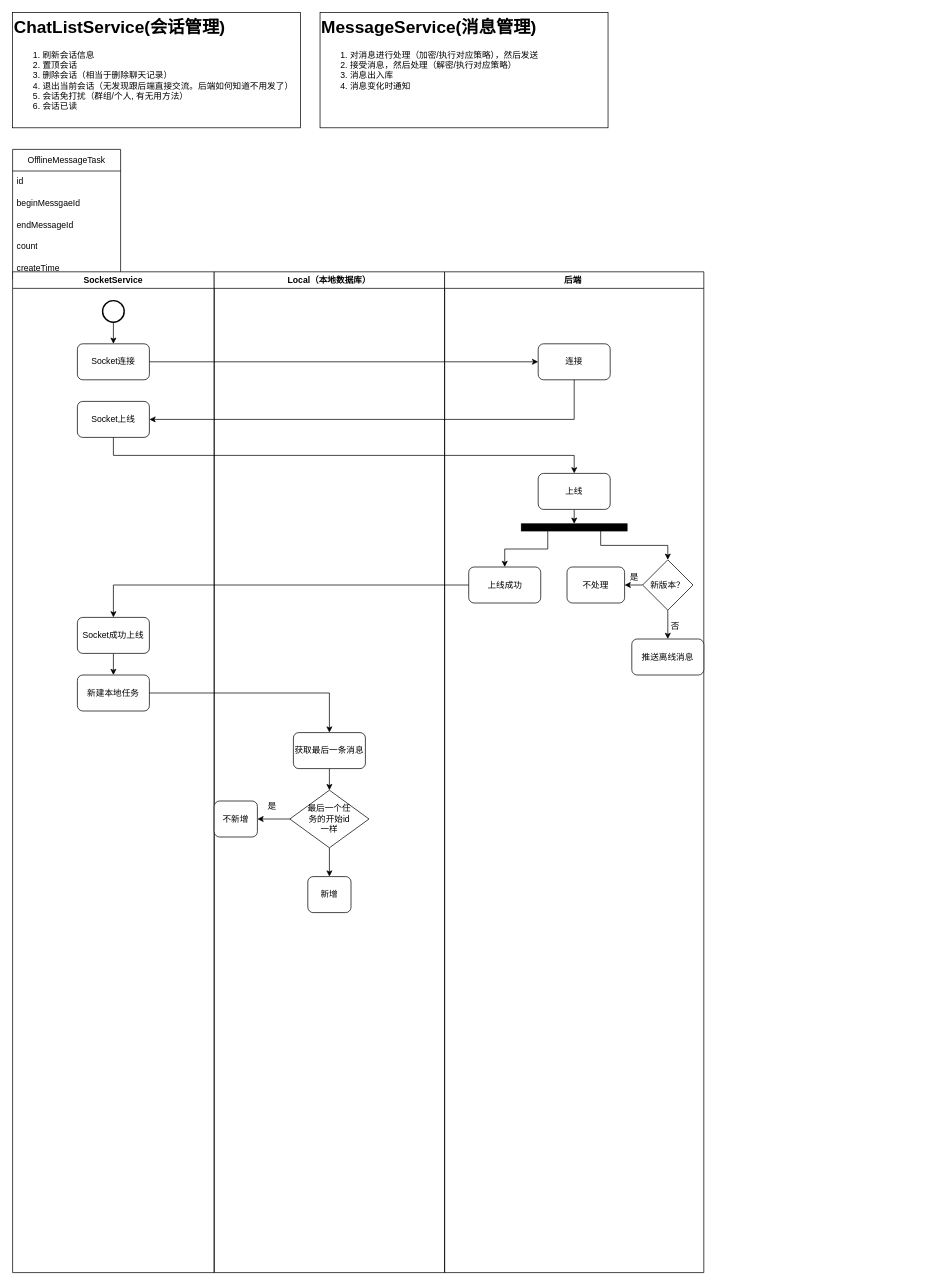
The draw.io diagram draw/message.drawio in Jonty1997/personal_sources, before the edit. Source tidied: cells renumbered, new cells numbered last; positions are measured from the earlier drawing's top-left corner, leaving out a move shared by most shapes. Both pictures are drawn from the tidied source at 72%, with x=0, y=0 at pixel (12, 12).
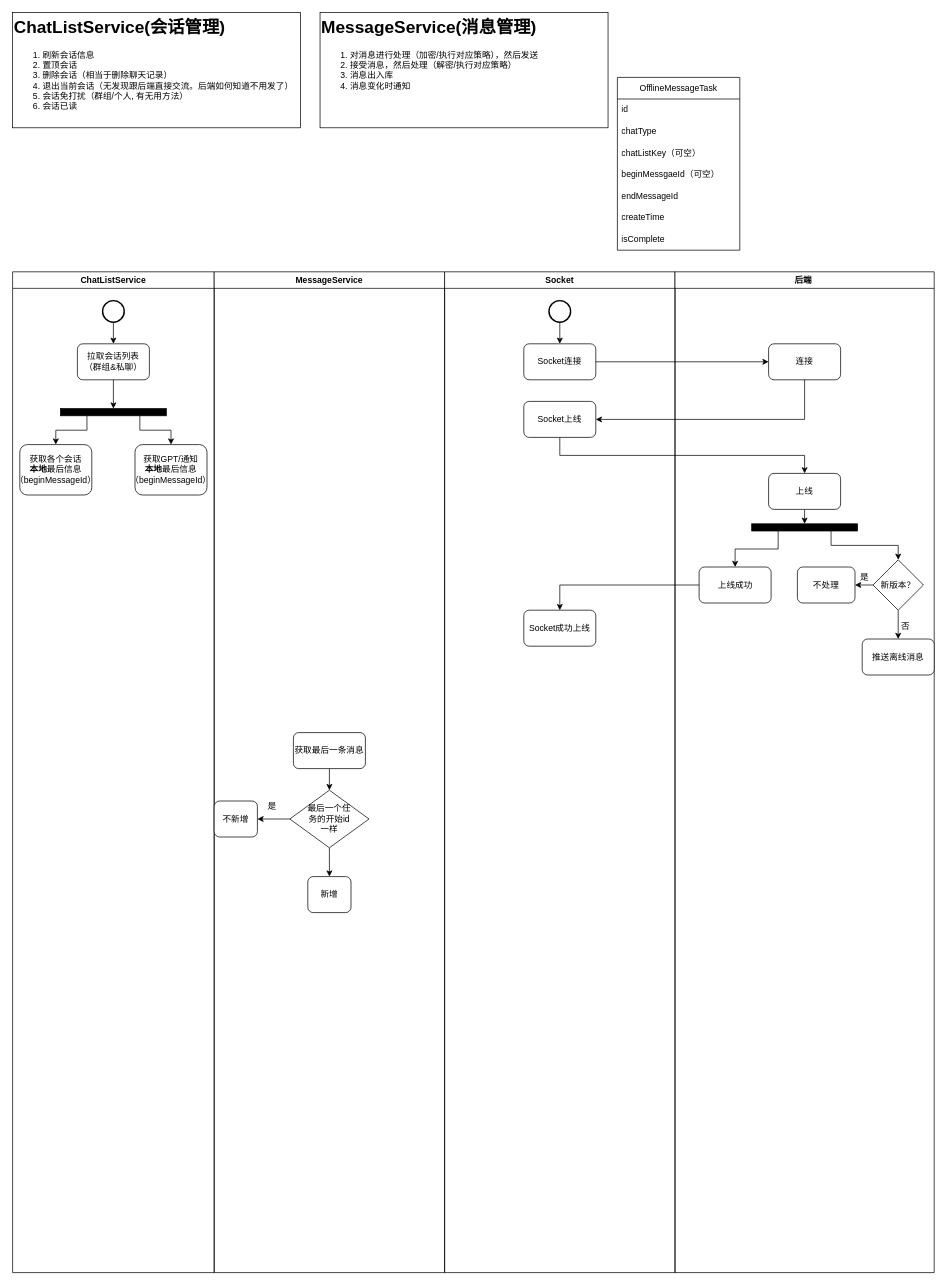
The same page after the edit.

Unchanged cells that the change refers to:
```xml
<mxCell id="2" style="group;" parent="1" vertex="1">
  <mxGeometry width="410" height="340" as="geometry" />
</mxCell>
<mxCell id="25" value="获取最后一条消息" style="rounded=1;whiteSpace=wrap;html=1;" parent="23" vertex="1">
  <mxGeometry x="110" y="640" width="100" height="50" as="geometry" />
</mxCell>
<mxCell id="32" value="连接" style="rounded=1;whiteSpace=wrap;html=1;" parent="31" vertex="1">
  <mxGeometry x="130" y="100" width="100" height="50" as="geometry" />
</mxCell>
<mxCell id="45" value="上线" style="rounded=1;whiteSpace=wrap;html=1;" parent="31" vertex="1">
  <mxGeometry x="130" y="280" width="100" height="50" as="geometry" />
</mxCell>
<mxCell id="46" value="上线成功" style="rounded=1;whiteSpace=wrap;html=1;" parent="31" vertex="1">
  <mxGeometry x="33.5" y="410" width="100" height="50" as="geometry" />
</mxCell>
```

What changed in the source:
```diff
@@
-    <mxCell id="5" value="OfflineMessageTask" style="swimlane;fontStyle=0;horizontal=1;startSize=30;whiteSpace=wrap;html=1;" parent="2" vertex="1">
-      <mxGeometry y="190" width="150" height="180" as="geometry" />
-    </mxCell>
-    <mxCell id="6" value="id" style="text;strokeColor=none;fillColor=none;align=left;verticalAlign=middle;spacingLeft=4;spacingRight=4;overflow=hidden;whiteSpace=wrap;html=1;" parent="5" vertex="1">
-      <mxGeometry y="30" width="150" height="30" as="geometry" />
-    </mxCell>
-    <mxCell id="7" value="beginMessgaeId" style="text;strokeColor=none;fillColor=none;align=left;verticalAlign=middle;spacingLeft=4;spacingRight=4;overflow=hidden;whiteSpace=wrap;html=1;" parent="5" vertex="1">
-      <mxGeometry y="60" width="150" height="30" as="geometry" />
-    </mxCell>
-    <mxCell id="8" value="endMessageId" style="text;strokeColor=none;fillColor=none;align=left;verticalAlign=middle;spacingLeft=4;spacingRight=4;overflow=hidden;whiteSpace=wrap;html=1;" parent="5" vertex="1">
-      <mxGeometry y="90" width="150" height="30" as="geometry" />
-    </mxCell>
-    <mxCell id="9" value="count" style="text;strokeColor=none;fillColor=none;align=left;verticalAlign=middle;spacingLeft=4;spacingRight=4;overflow=hidden;whiteSpace=wrap;html=1;" parent="5" vertex="1">
-      <mxGeometry y="120" width="150" height="30" as="geometry" />
-    </mxCell>
-    <mxCell id="10" value="createTime" style="text;strokeColor=none;fillColor=none;align=left;verticalAlign=middle;spacingLeft=4;spacingRight=4;overflow=hidden;whiteSpace=wrap;html=1;" parent="5" vertex="1">
-      <mxGeometry y="150" width="150" height="30" as="geometry" />
-    </mxCell>
@@
     <mxCell id="14" style="group;" parent="1" vertex="1">
-      <mxGeometry y="360" width="960" height="1390" as="geometry" />
+      <mxGeometry y="360" width="1060" height="1390" as="geometry" />
     </mxCell>
-    <mxCell id="15" value="SocketService" style="swimlane;whiteSpace=wrap;" parent="14" vertex="1">
+    <mxCell id="15" value="ChatListService" style="swimlane;whiteSpace=wrap;" parent="14" vertex="1">
       <mxGeometry width="280" height="1390" as="geometry" />
     </mxCell>
-    <mxCell id="16" style="edgeStyle=orthogonalEdgeStyle;rounded=0;jettySize=auto;html=1;exitX=0.5;exitY=1;exitDx=0;exitDy=0;exitPerimeter=0;entryX=0.5;entryY=0;entryDx=0;entryDy=0;" parent="15" edge="1" source="17" target="18">
-      <mxGeometry relative="1" as="geometry" />
-    </mxCell>
-    <mxCell id="17" style="strokeWidth=2;html=1;shape=mxgraph.flowchart.start_2;whiteSpace=wrap;" parent="15" vertex="1">
-      <mxGeometry x="125" y="40" width="30" height="30" as="geometry" />
-    </mxCell>
-    <mxCell id="18" value="Socket连接" style="rounded=1;whiteSpace=wrap;html=1;" parent="15" vertex="1">
-      <mxGeometry x="90" y="100" width="100" height="50" as="geometry" />
-    </mxCell>
-    <mxCell id="19" value="Socket上线" style="rounded=1;whiteSpace=wrap;html=1;" parent="15" vertex="1">
-      <mxGeometry x="90" y="180" width="100" height="50" as="geometry" />
-    </mxCell>
-    <mxCell id="20" style="edgeStyle=orthogonalEdgeStyle;rounded=0;jettySize=auto;html=1;exitX=0.5;exitY=1;exitDx=0;exitDy=0;entryX=0.5;entryY=0;entryDx=0;entryDy=0;" parent="15" edge="1" source="21" target="22">
-      <mxGeometry relative="1" as="geometry" />
-    </mxCell>
-    <mxCell id="21" value="Socket成功上线" style="rounded=1;whiteSpace=wrap;html=1;" parent="15" vertex="1">
-      <mxGeometry x="90" y="480" width="100" height="50" as="geometry" />
-    </mxCell>
-    <mxCell id="22" value="新建本地任务" style="rounded=1;whiteSpace=wrap;html=1;" parent="15" vertex="1">
-      <mxGeometry x="90" y="560" width="100" height="50" as="geometry" />
-    </mxCell>
+    <mxCell id="53" style="edgeStyle=orthogonalEdgeStyle;rounded=0;jettySize=auto;html=1;exitX=0.5;exitY=1;exitDx=0;exitDy=0;exitPerimeter=0;entryX=0.5;entryY=0;entryDx=0;entryDy=0;" parent="15" edge="1" source="54" target="56">
+      <mxGeometry relative="1" as="geometry" />
+    </mxCell>
+    <mxCell id="54" style="strokeWidth=2;html=1;shape=mxgraph.flowchart.start_2;whiteSpace=wrap;" parent="15" vertex="1">
+      <mxGeometry x="125" y="40" width="30" height="30" as="geometry" />
+    </mxCell>
+    <mxCell id="55" style="edgeStyle=orthogonalEdgeStyle;rounded=0;jettySize=auto;html=1;exitX=0.5;exitY=1;exitDx=0;exitDy=0;entryX=0.5;entryY=0;entryDx=0;entryDy=0;" parent="15" edge="1" source="56" target="60">
+      <mxGeometry relative="1" as="geometry" />
+    </mxCell>
+    <mxCell id="56" value="拉取会话列表&lt;br&gt;（群组&amp;amp;私聊）" style="rounded=1;whiteSpace=wrap;html=1;" parent="15" vertex="1">
+      <mxGeometry x="90" y="100" width="100" height="50" as="geometry" />
+    </mxCell>
+    <mxCell id="57" value="获取各个会话&lt;div&gt;&lt;b&gt;本地&lt;/b&gt;最后信息（beginMessageId）&lt;/div&gt;" style="rounded=1;whiteSpace=wrap;html=1;" parent="15" vertex="1">
+      <mxGeometry x="10" y="240" width="100" height="70" as="geometry" />
+    </mxCell>
+    <mxCell id="58" style="edgeStyle=orthogonalEdgeStyle;rounded=0;jettySize=auto;html=1;exitX=0.25;exitY=1;exitDx=0;exitDy=0;entryX=0.5;entryY=0;entryDx=0;entryDy=0;" parent="15" edge="1" source="60" target="57">
+      <mxGeometry relative="1" as="geometry" />
+    </mxCell>
+    <mxCell id="59" style="edgeStyle=orthogonalEdgeStyle;rounded=0;jettySize=auto;html=1;exitX=0.75;exitY=1;exitDx=0;exitDy=0;" parent="15" edge="1" source="60" target="61">
+      <mxGeometry relative="1" as="geometry" />
+    </mxCell>
+    <mxCell id="60" style="whiteSpace=wrap;html=1;rounded=0;shadow=0;comic=0;labelBackgroundColor=none;strokeWidth=1;fillColor=#000000;fontFamily=Verdana;fontSize=12;align=center;rotation=0;" parent="15" vertex="1">
+      <mxGeometry x="66.5" y="190" width="147" height="10" as="geometry" />
+    </mxCell>
+    <mxCell id="61" value="获取GPT/通知&lt;div&gt;&lt;b&gt;本地&lt;/b&gt;最后信息（beginMessageId）&lt;/div&gt;" style="rounded=1;whiteSpace=wrap;html=1;" parent="15" vertex="1">
+      <mxGeometry x="170" y="240" width="100" height="70" as="geometry" />
+    </mxCell>
-    <mxCell id="23" value="Local（本地数据库）" style="swimlane;whiteSpace=wrap;" parent="14" vertex="1">
+    <mxCell id="23" value="MessageService" style="swimlane;whiteSpace=wrap;startSize=23;" parent="14" vertex="1">
       <mxGeometry x="280" width="320" height="1390" as="geometry" />
     </mxCell>
@@
+    <mxCell id="62" value="Socket" style="swimlane;whiteSpace=wrap;startSize=23;" parent="14" vertex="1">
+      <mxGeometry x="600" width="320" height="1390" as="geometry" />
+    </mxCell>
+    <mxCell id="16" style="edgeStyle=orthogonalEdgeStyle;rounded=0;jettySize=auto;html=1;exitX=0.5;exitY=1;exitDx=0;exitDy=0;exitPerimeter=0;entryX=0.5;entryY=0;entryDx=0;entryDy=0;" parent="62" edge="1" source="17" target="18">
+      <mxGeometry relative="1" as="geometry" />
+    </mxCell>
+    <mxCell id="17" style="strokeWidth=2;html=1;shape=mxgraph.flowchart.start_2;whiteSpace=wrap;" parent="62" vertex="1">
+      <mxGeometry x="145" y="40" width="30" height="30" as="geometry" />
+    </mxCell>
+    <mxCell id="18" value="Socket连接" style="rounded=1;whiteSpace=wrap;html=1;" parent="62" vertex="1">
+      <mxGeometry x="110" y="100" width="100" height="50" as="geometry" />
+    </mxCell>
+    <mxCell id="19" value="Socket上线" style="rounded=1;whiteSpace=wrap;html=1;" parent="62" vertex="1">
+      <mxGeometry x="110" y="180" width="100" height="50" as="geometry" />
+    </mxCell>
+    <mxCell id="21" value="Socket成功上线" style="rounded=1;whiteSpace=wrap;html=1;" parent="62" vertex="1">
+      <mxGeometry x="110" y="470" width="100" height="50" as="geometry" />
+    </mxCell>
+    <mxCell id="52" value="是" style="text;html=1;align=center;verticalAlign=middle;strokeColor=none;fillColor=none;" parent="1" vertex="1">
+      <mxGeometry x="340" y="1088" width="40" height="30" as="geometry" />
+    </mxCell>
+    <mxCell id="5" value="OfflineMessageTask" style="swimlane;fontStyle=0;horizontal=1;startSize=30;whiteSpace=wrap;html=1;" parent="1" vertex="1">
+      <mxGeometry x="840" y="90" width="170" height="240" as="geometry" />
+    </mxCell>
+    <mxCell id="6" value="id" style="text;strokeColor=none;fillColor=none;align=left;verticalAlign=middle;spacingLeft=4;spacingRight=4;overflow=hidden;whiteSpace=wrap;html=1;" parent="5" vertex="1">
+      <mxGeometry y="30" width="170" height="30" as="geometry" />
+    </mxCell>
+    <mxCell id="63" value="chatType" style="text;strokeColor=none;fillColor=none;align=left;verticalAlign=middle;spacingLeft=4;spacingRight=4;overflow=hidden;whiteSpace=wrap;html=1;" parent="5" vertex="1">
+      <mxGeometry y="60" width="170" height="30" as="geometry" />
+    </mxCell>
+    <mxCell id="64" value="chatListKey（可空）" style="text;strokeColor=none;fillColor=none;align=left;verticalAlign=middle;spacingLeft=4;spacingRight=4;overflow=hidden;whiteSpace=wrap;html=1;" parent="5" vertex="1">
+      <mxGeometry y="90" width="170" height="30" as="geometry" />
+    </mxCell>
+    <mxCell id="7" value="beginMessgaeId（可空）" style="text;strokeColor=none;fillColor=none;align=left;verticalAlign=middle;spacingLeft=4;spacingRight=4;overflow=hidden;whiteSpace=wrap;html=1;" parent="5" vertex="1">
+      <mxGeometry y="120" width="170" height="30" as="geometry" />
+    </mxCell>
+    <mxCell id="8" value="endMessageId" style="text;strokeColor=none;fillColor=none;align=left;verticalAlign=middle;spacingLeft=4;spacingRight=4;overflow=hidden;whiteSpace=wrap;html=1;" parent="5" vertex="1">
+      <mxGeometry y="150" width="170" height="30" as="geometry" />
+    </mxCell>
+    <mxCell id="65" value="createTime" style="text;strokeColor=none;fillColor=none;align=left;verticalAlign=middle;spacingLeft=4;spacingRight=4;overflow=hidden;whiteSpace=wrap;html=1;" parent="5" vertex="1">
+      <mxGeometry y="180" width="170" height="30" as="geometry" />
+    </mxCell>
+    <mxCell id="10" value="isComplete" style="text;strokeColor=none;fillColor=none;align=left;verticalAlign=middle;spacingLeft=4;spacingRight=4;overflow=hidden;whiteSpace=wrap;html=1;" parent="5" vertex="1">
+      <mxGeometry y="210" width="170" height="30" as="geometry" />
+    </mxCell>
-    <mxCell id="31" value="后端 " style="swimlane;whiteSpace=wrap;" parent="14" vertex="1">
-      <mxGeometry x="600" width="360" height="1390" as="geometry" />
+    <mxCell id="31" value="后端 " style="swimlane;whiteSpace=wrap;" parent="1" vertex="1">
+      <mxGeometry x="920" y="360" width="360" height="1390" as="geometry" />
     </mxCell>
@@
-    <mxCell id="47" style="edgeStyle=orthogonalEdgeStyle;rounded=0;jettySize=auto;html=1;exitX=1;exitY=0.5;exitDx=0;exitDy=0;entryX=0;entryY=0.5;entryDx=0;entryDy=0;" parent="14" edge="1" source="18" target="32">
+    <mxCell id="47" style="edgeStyle=orthogonalEdgeStyle;rounded=0;jettySize=auto;html=1;exitX=1;exitY=0.5;exitDx=0;exitDy=0;entryX=0;entryY=0.5;entryDx=0;entryDy=0;" parent="1" edge="1" source="18" target="32">
       <mxGeometry relative="1" as="geometry" />
     </mxCell>
-    <mxCell id="48" style="edgeStyle=orthogonalEdgeStyle;rounded=0;jettySize=auto;html=1;exitX=0.5;exitY=1;exitDx=0;exitDy=0;entryX=1;entryY=0.5;entryDx=0;entryDy=0;" parent="14" edge="1" source="32" target="19">
+    <mxCell id="48" style="edgeStyle=orthogonalEdgeStyle;rounded=0;jettySize=auto;html=1;exitX=0.5;exitY=1;exitDx=0;exitDy=0;entryX=1;entryY=0.5;entryDx=0;entryDy=0;" parent="1" edge="1" source="32" target="19">
       <mxGeometry relative="1" as="geometry" />
     </mxCell>
-    <mxCell id="49" style="edgeStyle=orthogonalEdgeStyle;rounded=0;jettySize=auto;html=1;exitX=0.5;exitY=1;exitDx=0;exitDy=0;entryX=0.5;entryY=0;entryDx=0;entryDy=0;" parent="14" edge="1" source="19" target="45">
+    <mxCell id="49" style="edgeStyle=orthogonalEdgeStyle;rounded=0;jettySize=auto;html=1;exitX=0.5;exitY=1;exitDx=0;exitDy=0;entryX=0.5;entryY=0;entryDx=0;entryDy=0;" parent="1" edge="1" source="19" target="45">
       <mxGeometry relative="1" as="geometry" />
     </mxCell>
-    <mxCell id="50" style="edgeStyle=orthogonalEdgeStyle;rounded=0;jettySize=auto;html=1;entryX=0.5;entryY=0;entryDx=0;entryDy=0;" parent="14" edge="1" source="46" target="21">
+    <mxCell id="50" style="edgeStyle=orthogonalEdgeStyle;rounded=0;jettySize=auto;html=1;entryX=0.5;entryY=0;entryDx=0;entryDy=0;" parent="1" edge="1" source="46" target="21">
       <mxGeometry relative="1" as="geometry" />
     </mxCell>
-    <mxCell id="51" style="edgeStyle=orthogonalEdgeStyle;rounded=0;jettySize=auto;html=1;exitX=1;exitY=0.5;exitDx=0;exitDy=0;entryX=0.5;entryY=0;entryDx=0;entryDy=0;" parent="14" edge="1" source="22" target="25">
-      <mxGeometry relative="1" as="geometry" />
-    </mxCell>
-    <mxCell id="52" value="是" style="text;html=1;align=center;verticalAlign=middle;strokeColor=none;fillColor=none;" parent="1" vertex="1">
-      <mxGeometry x="340" y="1088" width="40" height="30" as="geometry" />
-    </mxCell>
```
